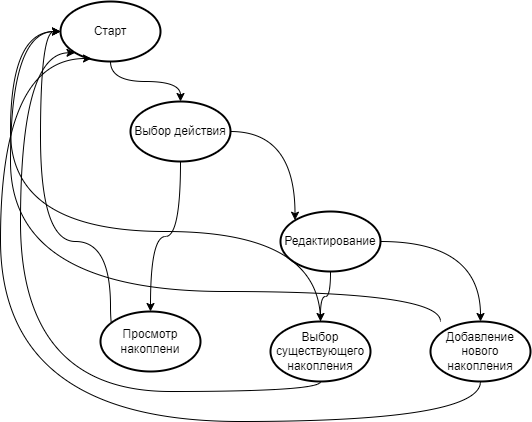
This is schem/state.png from mockingbird12/money_accumulate_bot, a draw.io export, as it was before one commit. Source tidied: cells renumbered, new cells last; positions are measured from the earlier drawing's top-left corner, leaving out a move shared by most shapes.
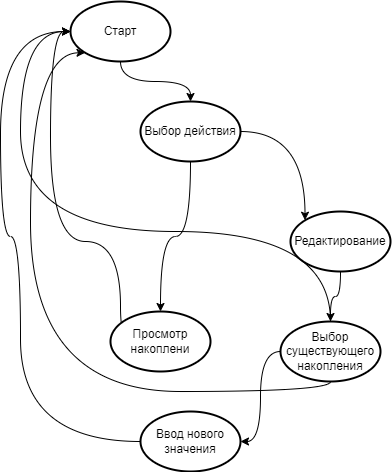
The same file after the commit.

Diff of the diagram source:
```diff
@@ -27,9 +27,6 @@
     <mxCell id="7" style="edgeStyle=orthogonalEdgeStyle;curved=1;rounded=0;jettySize=auto;html=1;" parent="1" edge="1" source="9" target="12">
       <mxGeometry relative="1" as="geometry" />
     </mxCell>
-    <mxCell id="8" style="edgeStyle=orthogonalEdgeStyle;curved=1;rounded=0;jettySize=auto;html=1;" parent="1" edge="1" source="9" target="15">
-      <mxGeometry relative="1" as="geometry" />
-    </mxCell>
     <mxCell id="9" value="Редактирование" style="strokeWidth=2;html=1;shape=mxgraph.flowchart.start_1;whiteSpace=wrap;" parent="1" vertex="1">
       <mxGeometry x="280" y="210" width="100" height="60" as="geometry" />
     </mxCell>
@@ -50,36 +47,30 @@
         </Array>
       </mxGeometry>
     </mxCell>
+    <mxCell id="18" style="edgeStyle=orthogonalEdgeStyle;rounded=0;jettySize=auto;html=1;entryX=1;entryY=0.5;entryDx=0;entryDy=0;entryPerimeter=0;curved=1;" parent="1" edge="1" source="12" target="20">
+      <mxGeometry relative="1" as="geometry" />
+    </mxCell>
     <mxCell id="12" value="Выбор существующего накопления" style="strokeWidth=2;html=1;shape=mxgraph.flowchart.start_1;whiteSpace=wrap;" parent="1" vertex="1">
       <mxGeometry x="270" y="320" width="100" height="60" as="geometry" />
     </mxCell>
-    <mxCell id="13" style="edgeStyle=orthogonalEdgeStyle;curved=1;rounded=0;jettySize=auto;html=1;" parent="1" edge="1" source="15">
-      <mxGeometry relative="1" as="geometry">
-        <mxPoint x="60" y="30" as="targetPoint" />
-        <Array as="points">
-          <mxPoint x="440" y="290" />
-          <mxPoint x="10" y="290" />
-          <mxPoint x="10" y="30" />
-        </Array>
-      </mxGeometry>
-    </mxCell>
-    <mxCell id="14" style="edgeStyle=orthogonalEdgeStyle;curved=1;rounded=0;jettySize=auto;html=1;entryX=0.31;entryY=0.95;entryDx=0;entryDy=0;entryPerimeter=0;" parent="1" edge="1" source="15" target="4">
-      <mxGeometry relative="1" as="geometry">
-        <Array as="points">
-          <mxPoint x="480" y="420" />
-          <mxPoint y="420" />
-          <mxPoint y="57" />
-        </Array>
-      </mxGeometry>
-    </mxCell>
-    <mxCell id="15" value="Добавление нового накопления" style="strokeWidth=2;html=1;shape=mxgraph.flowchart.start_1;whiteSpace=wrap;" parent="1" vertex="1">
-      <mxGeometry x="430" y="320" width="100" height="60" as="geometry" />
-    </mxCell>
     <mxCell id="16" style="edgeStyle=orthogonalEdgeStyle;curved=1;rounded=0;jettySize=auto;html=1;" parent="1" edge="1" source="17" target="6">
       <mxGeometry relative="1" as="geometry" />
     </mxCell>
     <mxCell id="17" value="Выбор действия" style="strokeWidth=2;html=1;shape=mxgraph.flowchart.start_1;whiteSpace=wrap;" parent="1" vertex="1">
       <mxGeometry x="130" y="100" width="100" height="60" as="geometry" />
     </mxCell>
+    <mxCell id="19" style="edgeStyle=orthogonalEdgeStyle;rounded=0;jettySize=auto;html=1;curved=1;" parent="1" edge="1" source="20" target="4">
+      <mxGeometry relative="1" as="geometry">
+        <Array as="points">
+          <mxPoint x="10" y="440" />
+          <mxPoint x="10" y="235" />
+          <mxPoint x="-10" y="235" />
+          <mxPoint x="-10" y="30" />
+        </Array>
+      </mxGeometry>
+    </mxCell>
+    <mxCell id="20" value="Ввод нового значения" style="strokeWidth=2;html=1;shape=mxgraph.flowchart.start_1;whiteSpace=wrap;" parent="1" vertex="1">
+      <mxGeometry x="130" y="410" width="100" height="60" as="geometry" />
+    </mxCell>
   </root>
 </mxGraphModel>
```
